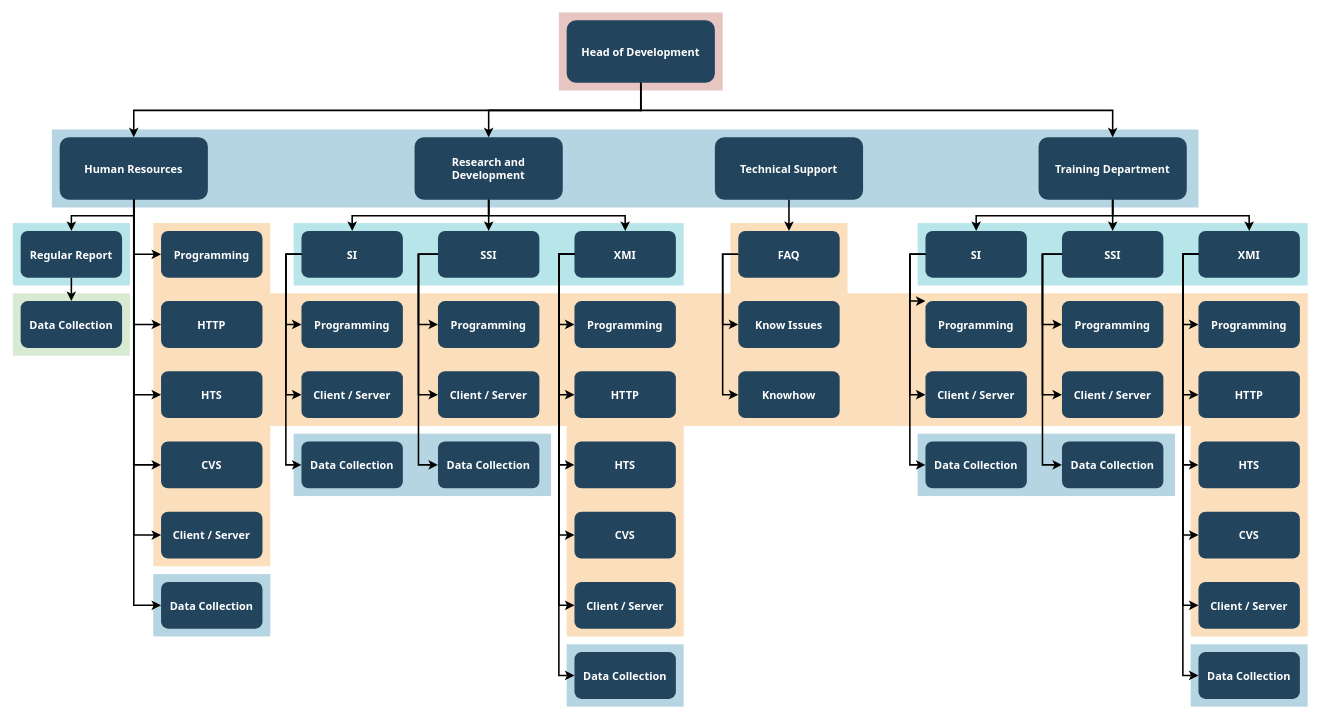
Above: Untitled Diagram.drawio in ProDev4U/eHMS_frontend (draw.io), before the change. Source tidied: cells renumbered, new cells numbered last; positions are measured from the earlier drawing's top-left corner, leaving out a move shared by most shapes. Both pictures are drawn from the tidied source at 78%, with x=0, y=0 at pixel (12, 12).
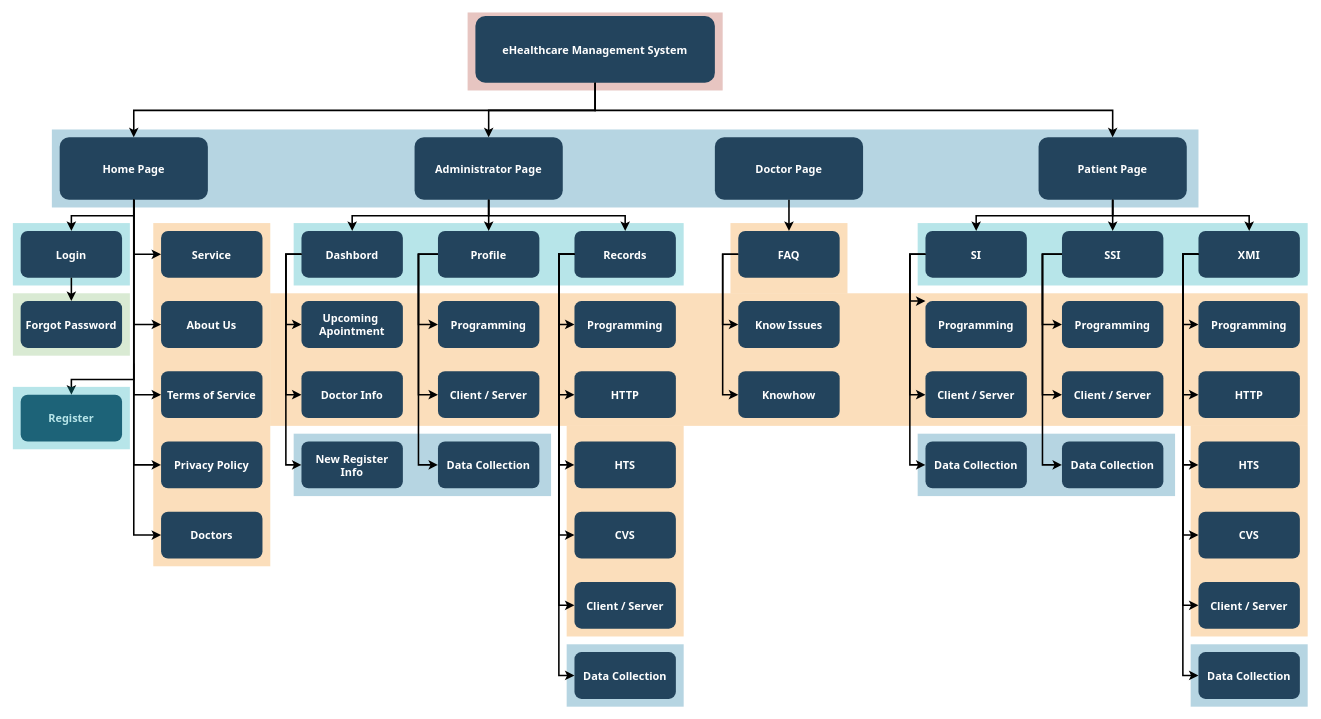
The same diagram, later.

Change to the diagram source:
```diff
@@
     <mxCell id="2" style="fillColor=#AE4132;strokeColor=none;opacity=30;" parent="1" vertex="1">
-      <mxGeometry x="700" y="-0.5" width="210" height="100" as="geometry" />
+      <mxGeometry x="583" y="-0.5" width="327" height="100" as="geometry" />
     </mxCell>
@@
-    <mxCell id="13" style="fillColor=#10739E;strokeColor=none;opacity=30;" parent="1" vertex="1">
-      <mxGeometry x="180" y="719.5" width="150" height="80" as="geometry" />
-    </mxCell>
@@
-    <mxCell id="18" value="Head of Development" style="rounded=1;fillColor=#23445D;gradientColor=none;strokeColor=none;fontColor=#FFFFFF;fontStyle=1;fontFamily=Tahoma;fontSize=14;" parent="1" vertex="1">
-      <mxGeometry x="710" y="9.5" width="190" height="80" as="geometry" />
+    <mxCell id="18" value="eHealthcare Management System" style="rounded=1;fillColor=#23445D;gradientColor=none;strokeColor=none;fontColor=#FFFFFF;fontStyle=1;fontFamily=Tahoma;fontSize=14;" parent="1" vertex="1">
+      <mxGeometry x="593" y="4" width="307" height="85.5" as="geometry" />
     </mxCell>
-    <mxCell id="19" value="Training Department" style="rounded=1;fillColor=#23445D;gradientColor=none;strokeColor=none;fontColor=#FFFFFF;fontStyle=1;fontFamily=Tahoma;fontSize=14;" parent="1" vertex="1">
+    <mxCell id="19" value="Patient Page" style="rounded=1;fillColor=#23445D;gradientColor=none;strokeColor=none;fontColor=#FFFFFF;fontStyle=1;fontFamily=Tahoma;fontSize=14;" parent="1" vertex="1">
       <mxGeometry x="1315" y="159.5" width="190" height="80" as="geometry" />
     </mxCell>
@@
-    <mxCell id="21" value="Technical Support" style="rounded=1;fillColor=#23445D;gradientColor=none;strokeColor=none;fontColor=#FFFFFF;fontStyle=1;fontFamily=Tahoma;fontSize=14;" parent="1" vertex="1">
+    <mxCell id="21" value="Doctor Page" style="rounded=1;fillColor=#23445D;gradientColor=none;strokeColor=none;fontColor=#FFFFFF;fontStyle=1;fontFamily=Tahoma;fontSize=14;" parent="1" vertex="1">
       <mxGeometry x="900" y="159.5" width="190" height="80" as="geometry" />
     </mxCell>
-    <mxCell id="22" value="Research and &#10;Development" style="rounded=1;fillColor=#23445D;gradientColor=none;strokeColor=none;fontColor=#FFFFFF;fontStyle=1;fontFamily=Tahoma;fontSize=14;" parent="1" vertex="1">
+    <mxCell id="22" value="Administrator Page" style="rounded=1;fillColor=#23445D;gradientColor=none;strokeColor=none;fontColor=#FFFFFF;fontStyle=1;fontFamily=Tahoma;fontSize=14;" parent="1" vertex="1">
       <mxGeometry x="515" y="159.5" width="190" height="80" as="geometry" />
     </mxCell>
-    <mxCell id="23" value="Human Resources" style="rounded=1;fillColor=#23445D;gradientColor=none;strokeColor=none;fontColor=#FFFFFF;fontStyle=1;fontFamily=Tahoma;fontSize=14;" parent="1" vertex="1">
+    <mxCell id="23" value="Home Page" style="rounded=1;fillColor=#23445D;gradientColor=none;strokeColor=none;fontColor=#FFFFFF;fontStyle=1;fontFamily=Tahoma;fontSize=14;" parent="1" vertex="1">
       <mxGeometry x="60" y="159.5" width="190" height="80" as="geometry" />
     </mxCell>
-    <mxCell id="24" value="Regular Report" style="rounded=1;fillColor=#23445D;gradientColor=none;strokeColor=none;fontColor=#FFFFFF;fontStyle=1;fontFamily=Tahoma;fontSize=14;" parent="1" vertex="1">
+    <mxCell id="24" value="Login" style="rounded=1;fillColor=#23445D;gradientColor=none;strokeColor=none;fontColor=#FFFFFF;fontStyle=1;fontFamily=Tahoma;fontSize=14;" parent="1" vertex="1">
       <mxGeometry x="10" y="279.5" width="130" height="60" as="geometry" />
     </mxCell>
-    <mxCell id="25" value="Data Collection" style="rounded=1;fillColor=#23445D;gradientColor=none;strokeColor=none;fontColor=#FFFFFF;fontStyle=1;fontFamily=Tahoma;fontSize=14;" parent="1" vertex="1">
+    <mxCell id="25" value="Forgot Password" style="rounded=1;fillColor=#23445D;gradientColor=none;strokeColor=none;fontColor=#FFFFFF;fontStyle=1;fontFamily=Tahoma;fontSize=14;" parent="1" vertex="1">
       <mxGeometry x="10" y="369.5" width="130" height="60" as="geometry" />
     </mxCell>
-    <mxCell id="26" value="Programming" style="rounded=1;fillColor=#23445D;gradientColor=none;strokeColor=none;fontColor=#FFFFFF;fontStyle=1;fontFamily=Tahoma;fontSize=14;" parent="1" vertex="1">
+    <mxCell id="26" value="Service" style="rounded=1;fillColor=#23445D;gradientColor=none;strokeColor=none;fontColor=#FFFFFF;fontStyle=1;fontFamily=Tahoma;fontSize=14;" parent="1" vertex="1">
       <mxGeometry x="190" y="279.5" width="130" height="60" as="geometry" />
     </mxCell>
-    <mxCell id="27" value="HTTP" style="rounded=1;fillColor=#23445D;gradientColor=none;strokeColor=none;fontColor=#FFFFFF;fontStyle=1;fontFamily=Tahoma;fontSize=14;" parent="1" vertex="1">
+    <mxCell id="27" value="About Us" style="rounded=1;fillColor=#23445D;gradientColor=none;strokeColor=none;fontColor=#FFFFFF;fontStyle=1;fontFamily=Tahoma;fontSize=14;" parent="1" vertex="1">
       <mxGeometry x="190" y="369.5" width="130" height="60" as="geometry" />
     </mxCell>
-    <mxCell id="28" value="HTS" style="rounded=1;fillColor=#23445D;gradientColor=none;strokeColor=none;fontColor=#FFFFFF;fontStyle=1;fontFamily=Tahoma;fontSize=14;" parent="1" vertex="1">
+    <mxCell id="28" value="Terms of Service" style="rounded=1;fillColor=#23445D;gradientColor=none;strokeColor=none;fontColor=#FFFFFF;fontStyle=1;fontFamily=Tahoma;fontSize=14;" parent="1" vertex="1">
       <mxGeometry x="190" y="459.5" width="130" height="60" as="geometry" />
     </mxCell>
-    <mxCell id="29" value="CVS" style="rounded=1;fillColor=#23445D;gradientColor=none;strokeColor=none;fontColor=#FFFFFF;fontStyle=1;fontFamily=Tahoma;fontSize=14;" parent="1" vertex="1">
+    <mxCell id="29" value="Privacy Policy" style="rounded=1;fillColor=#23445D;gradientColor=none;strokeColor=none;fontColor=#FFFFFF;fontStyle=1;fontFamily=Tahoma;fontSize=14;" parent="1" vertex="1">
       <mxGeometry x="190" y="549.5" width="130" height="60" as="geometry" />
     </mxCell>
-    <mxCell id="30" value="Client / Server" style="rounded=1;fillColor=#23445D;gradientColor=none;strokeColor=none;fontColor=#FFFFFF;fontStyle=1;fontFamily=Tahoma;fontSize=14;" parent="1" vertex="1">
+    <mxCell id="30" value="Doctors" style="rounded=1;fillColor=#23445D;gradientColor=none;strokeColor=none;fontColor=#FFFFFF;fontStyle=1;fontFamily=Tahoma;fontSize=14;" parent="1" vertex="1">
       <mxGeometry x="190" y="639.5" width="130" height="60" as="geometry" />
     </mxCell>
-    <mxCell id="31" value="Data Collection" style="rounded=1;fillColor=#23445D;gradientColor=none;strokeColor=none;fontColor=#FFFFFF;fontStyle=1;fontFamily=Tahoma;fontSize=14;" parent="1" vertex="1">
-      <mxGeometry x="190" y="729.5" width="130" height="60" as="geometry" />
-    </mxCell>
-    <mxCell id="32" value="SI" style="rounded=1;fillColor=#23445D;gradientColor=none;strokeColor=none;fontColor=#FFFFFF;fontStyle=1;fontFamily=Tahoma;fontSize=14;" parent="1" vertex="1">
+    <mxCell id="32" value="Dashbord" style="rounded=1;fillColor=#23445D;gradientColor=none;strokeColor=none;fontColor=#FFFFFF;fontStyle=1;fontFamily=Tahoma;fontSize=14;" parent="1" vertex="1">
       <mxGeometry x="370" y="279.5" width="130" height="60" as="geometry" />
     </mxCell>
-    <mxCell id="33" value="Programming" style="rounded=1;fillColor=#23445D;gradientColor=none;strokeColor=none;fontColor=#FFFFFF;fontStyle=1;fontFamily=Tahoma;fontSize=14;" parent="1" vertex="1">
+    <mxCell id="33" value="Upcoming &#10;Apointment" style="rounded=1;fillColor=#23445D;gradientColor=none;strokeColor=none;fontColor=#FFFFFF;fontStyle=1;fontFamily=Tahoma;fontSize=14;" parent="1" vertex="1">
       <mxGeometry x="370" y="369.5" width="130" height="60" as="geometry" />
     </mxCell>
-    <mxCell id="34" value="Client / Server" style="rounded=1;fillColor=#23445D;gradientColor=none;strokeColor=none;fontColor=#FFFFFF;fontStyle=1;fontFamily=Tahoma;fontSize=14;" parent="1" vertex="1">
+    <mxCell id="34" value="Doctor Info" style="rounded=1;fillColor=#23445D;gradientColor=none;strokeColor=none;fontColor=#FFFFFF;fontStyle=1;fontFamily=Tahoma;fontSize=14;" parent="1" vertex="1">
       <mxGeometry x="370" y="459.5" width="130" height="60" as="geometry" />
     </mxCell>
-    <mxCell id="35" value="Data Collection" style="rounded=1;fillColor=#23445D;gradientColor=none;strokeColor=none;fontColor=#FFFFFF;fontStyle=1;fontFamily=Tahoma;fontSize=14;" parent="1" vertex="1">
+    <mxCell id="35" value="New Register&#10;Info" style="rounded=1;fillColor=#23445D;gradientColor=none;strokeColor=none;fontColor=#FFFFFF;fontStyle=1;fontFamily=Tahoma;fontSize=14;" parent="1" vertex="1">
       <mxGeometry x="370" y="549.5" width="130" height="60" as="geometry" />
     </mxCell>
-    <mxCell id="36" value="SSI" style="rounded=1;fillColor=#23445D;gradientColor=none;strokeColor=none;fontColor=#FFFFFF;fontStyle=1;fontFamily=Tahoma;fontSize=14;" parent="1" vertex="1">
+    <mxCell id="36" value="Profile" style="rounded=1;fillColor=#23445D;gradientColor=none;strokeColor=none;fontColor=#FFFFFF;fontStyle=1;fontFamily=Tahoma;fontSize=14;" parent="1" vertex="1">
       <mxGeometry x="545" y="279.5" width="130" height="60" as="geometry" />
     </mxCell>
@@
-    <mxCell id="40" value="XMI" style="rounded=1;fillColor=#23445D;gradientColor=none;strokeColor=none;fontColor=#FFFFFF;fontStyle=1;fontFamily=Tahoma;fontSize=14;" parent="1" vertex="1">
+    <mxCell id="40" value="Records" style="rounded=1;fillColor=#23445D;gradientColor=none;strokeColor=none;fontColor=#FFFFFF;fontStyle=1;fontFamily=Tahoma;fontSize=14;" parent="1" vertex="1">
       <mxGeometry x="720" y="279.5" width="130" height="60" as="geometry" />
     </mxCell>
@@
-    <mxCell id="73" style="edgeStyle=elbowEdgeStyle;elbow=horizontal;strokeWidth=2;rounded=0;" parent="1" edge="1" source="23" target="31">
-      <mxGeometry x="-23" y="135.5" as="geometry">
-        <Array as="points">
-          <mxPoint x="155" y="489.5" />
-        </Array>
-      </mxGeometry>
-    </mxCell>
@@
+    <mxCell id="108" value="Register" style="rounded=1;fillColor=#23445D;gradientColor=none;strokeColor=none;fontColor=#FFFFFF;fontStyle=1;fontFamily=Tahoma;fontSize=14;" parent="1" vertex="1">
+      <mxGeometry x="10" y="489.5" width="130" height="60" as="geometry" />
+    </mxCell>
+    <mxCell id="109" style="edgeStyle=elbowEdgeStyle;elbow=vertical;strokeWidth=2;rounded=0;" parent="1" edge="1">
+      <mxGeometry x="-23" y="135.5" as="geometry">
+        <mxPoint x="155" y="449.5" as="sourcePoint" />
+        <mxPoint x="75" y="489.5" as="targetPoint" />
+      </mxGeometry>
+    </mxCell>
+    <mxCell id="110" style="fillColor=#12AAB5;strokeColor=none;opacity=30;" parent="1" vertex="1">
+      <mxGeometry y="479.5" width="150" height="80" as="geometry" />
+    </mxCell>
```
